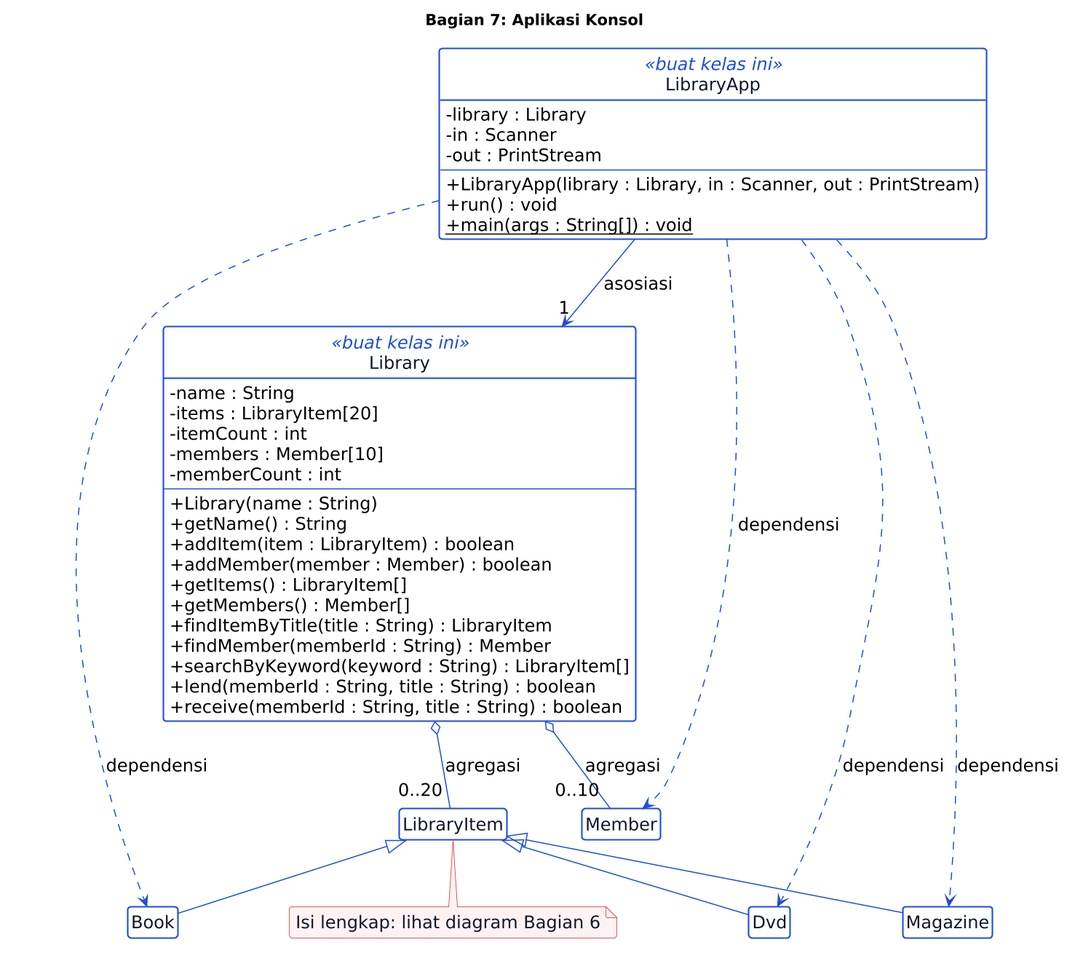
Before: docs/p08-console-app.png, a diagram exported from PlantUML (dhanifudin/oop-library). The source it was exported from:
```plantuml
@startuml p08-console-app
scale 1.5
!include _common.iuml
hide circle
hide empty members
title Bagian 7: Aplikasi Konsol

class LibraryApp <<buat kelas ini>> {
  - library : Library
  - in : Scanner
  - out : PrintStream
  --
  + LibraryApp(library : Library, in : Scanner, out : PrintStream)
  + run() : void
  + {static} main(args : String[]) : void
}

class Library <<buat kelas ini>> {
  - name : String
  - items : LibraryItem[20]
  - itemCount : int
  - members : Member[10]
  - memberCount : int
  --
  + Library(name : String)
  + getName() : String
  + addItem(item : LibraryItem) : boolean
  + addMember(member : Member) : boolean
  + getItems() : LibraryItem[]
  + getMembers() : Member[]
  + findItemByTitle(title : String) : LibraryItem
  + findMember(memberId : String) : Member
  + searchByKeyword(keyword : String) : LibraryItem[]
  + lend(memberId : String, title : String) : boolean
  + receive(memberId : String, title : String) : boolean
}

class LibraryItem
class Book
class Dvd
class Magazine
class Member

note bottom of LibraryItem
  Isi lengkap: lihat diagram Bagian 6
end note

LibraryApp --> "1" Library : asosiasi
Library o-- "0..20" LibraryItem : agregasi
Library o-- "0..10" Member : agregasi
LibraryApp ..> Book : dependensi
LibraryApp ..> Dvd : dependensi
LibraryApp ..> Magazine : dependensi
LibraryApp ..> Member : dependensi
LibraryItem <|-- Book
LibraryItem <|-- Dvd
LibraryItem <|-- Magazine
@enduml
```
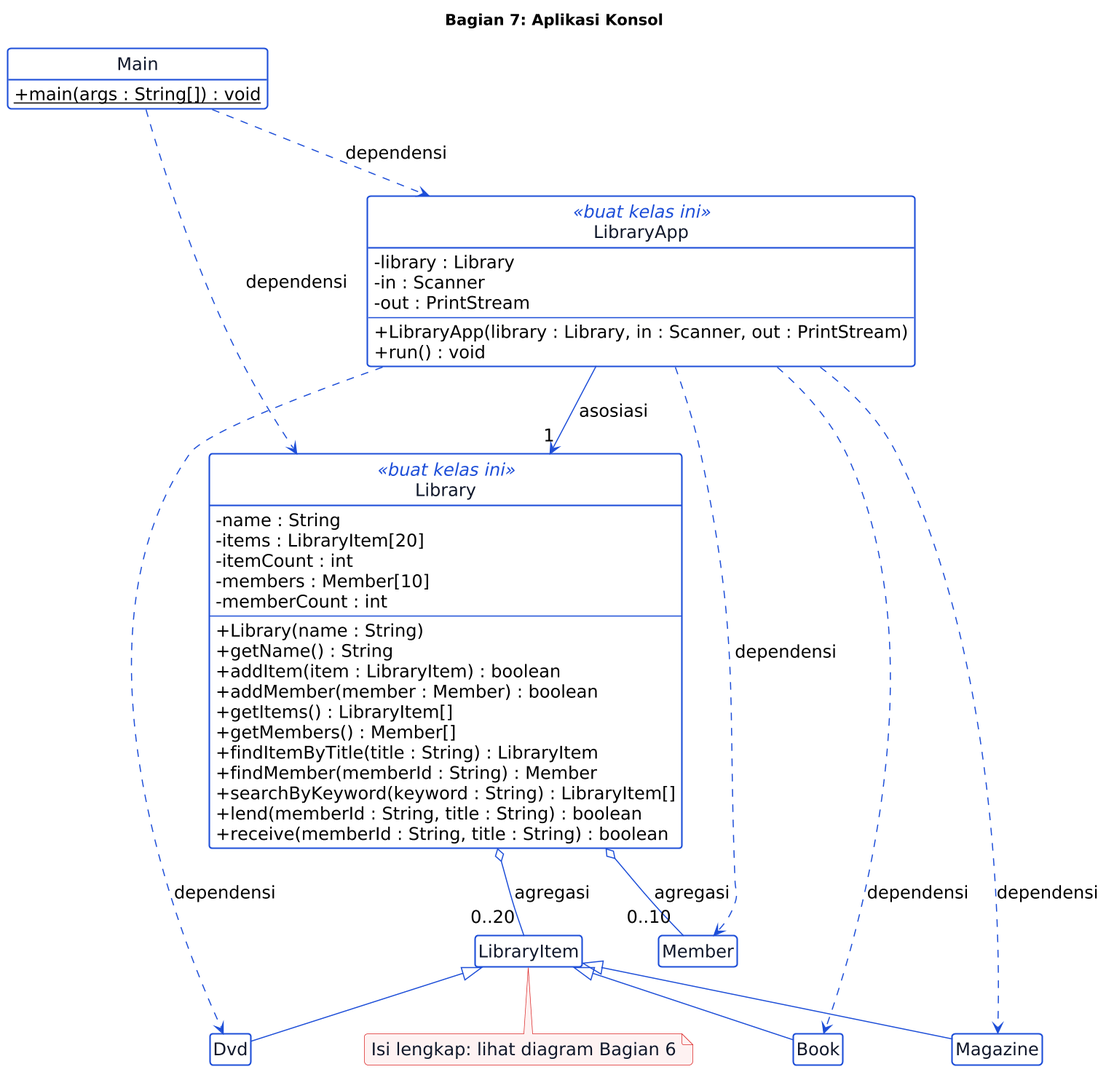
Above is the later version.

Diff of the diagram source:
```diff
@@ -4,6 +4,10 @@
 hide circle
 hide empty members
 title Bagian 7: Aplikasi Konsol
+
+class Main {
+  + {static} main(args : String[]) : void
+}
 
 class LibraryApp <<buat kelas ini>> {
   - library : Library
@@ -12,7 +16,6 @@
   --
   + LibraryApp(library : Library, in : Scanner, out : PrintStream)
   + run() : void
-  + {static} main(args : String[]) : void
 }
 
 class Library <<buat kelas ini>> {
@@ -45,6 +48,8 @@
   Isi lengkap: lihat diagram Bagian 6
 end note
 
+Main ..> Library : dependensi
+Main ..> LibraryApp : dependensi
 LibraryApp --> "1" Library : asosiasi
 Library o-- "0..20" LibraryItem : agregasi
 Library o-- "0..10" Member : agregasi
```
